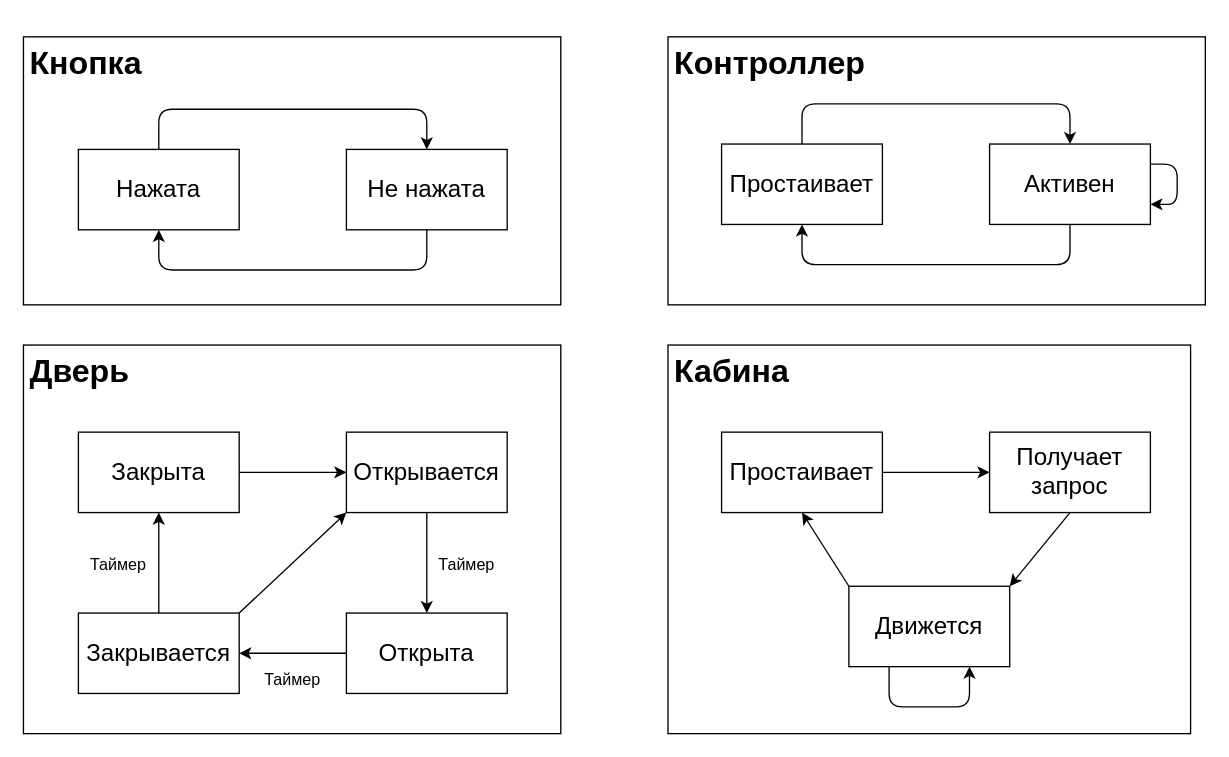
This is lab_04/lab_04.drawio from MyMiDiII/bmstu-oop, a draw.io file, before an edit. Source tidied: cells renumbered, new cells numbered last; positions are measured from the earlier drawing's top-left corner, leaving out a move shared by most shapes. Both pictures are drawn from the tidied source at 134%, with x=0, y=0 at pixel (23, 36).
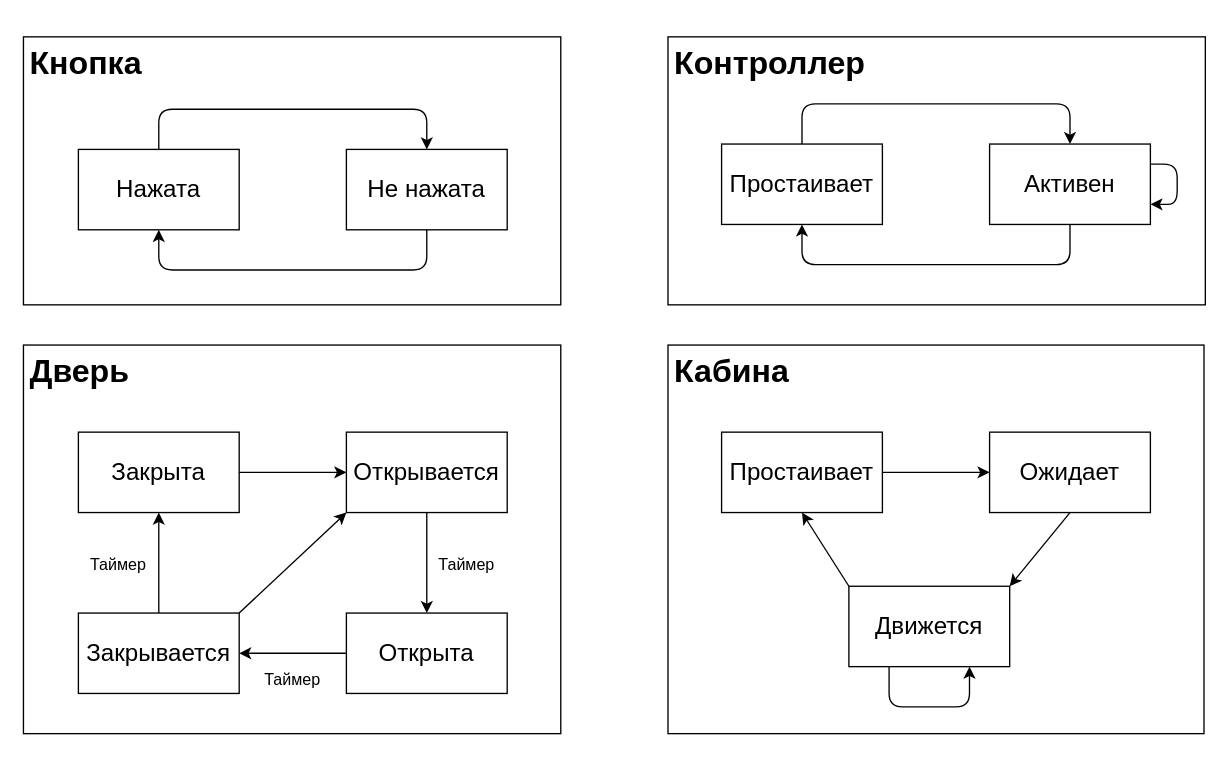
After the change.

What changed in the source:
```diff
@@
     <mxCell id="10" style="rounded=0;whiteSpace=wrap;html=1;fillColor=none;" parent="1" vertex="1">
-      <mxGeometry x="481" y="230" width="390" height="290" as="geometry" />
+      <mxGeometry x="481" y="230" width="400" height="290" as="geometry" />
     </mxCell>
@@
-    <mxCell id="31" value="&lt;font style=&quot;font-size: 18px&quot;&gt;Получает запрос&lt;/font&gt;" style="rounded=0;whiteSpace=wrap;html=1;fillColor=#ffffff;" parent="1" vertex="1">
+    <mxCell id="31" value="&lt;span style=&quot;font-size: 18px&quot;&gt;Ожидает&lt;/span&gt;" style="rounded=0;whiteSpace=wrap;html=1;fillColor=#ffffff;" parent="1" vertex="1">
       <mxGeometry x="721" y="295" width="120" height="60" as="geometry" />
     </mxCell>
```
